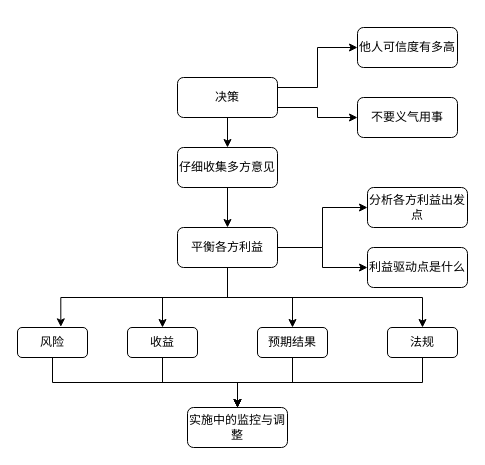
Earlier version of the draw.io diagram Untitled Diagram.drawio (Chenguoqing2008/drawio). Source tidied: cells renumbered, new cells numbered last; positions are measured from the earlier drawing's top-left corner, leaving out a move shared by most shapes. Both pictures are drawn from the tidied source at 100%, with x=0, y=0 at pixel (17, 27).
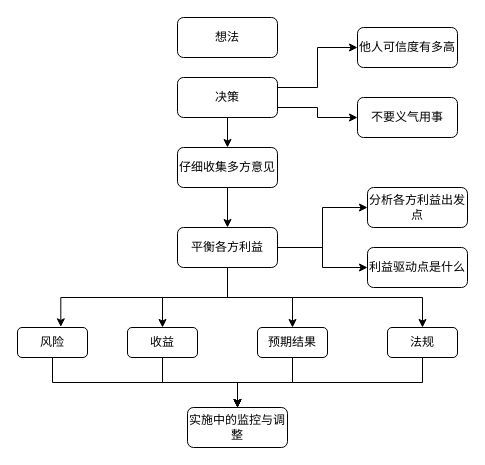
The same page after the edit.

Change to the diagram source:
```diff
@@
+    <mxCell id="28" value="想法" style="rounded=1;whiteSpace=wrap;html=1;" parent="1" vertex="1">
+      <mxGeometry x="160" y="-10" width="100" height="40" as="geometry" />
+    </mxCell>
```
